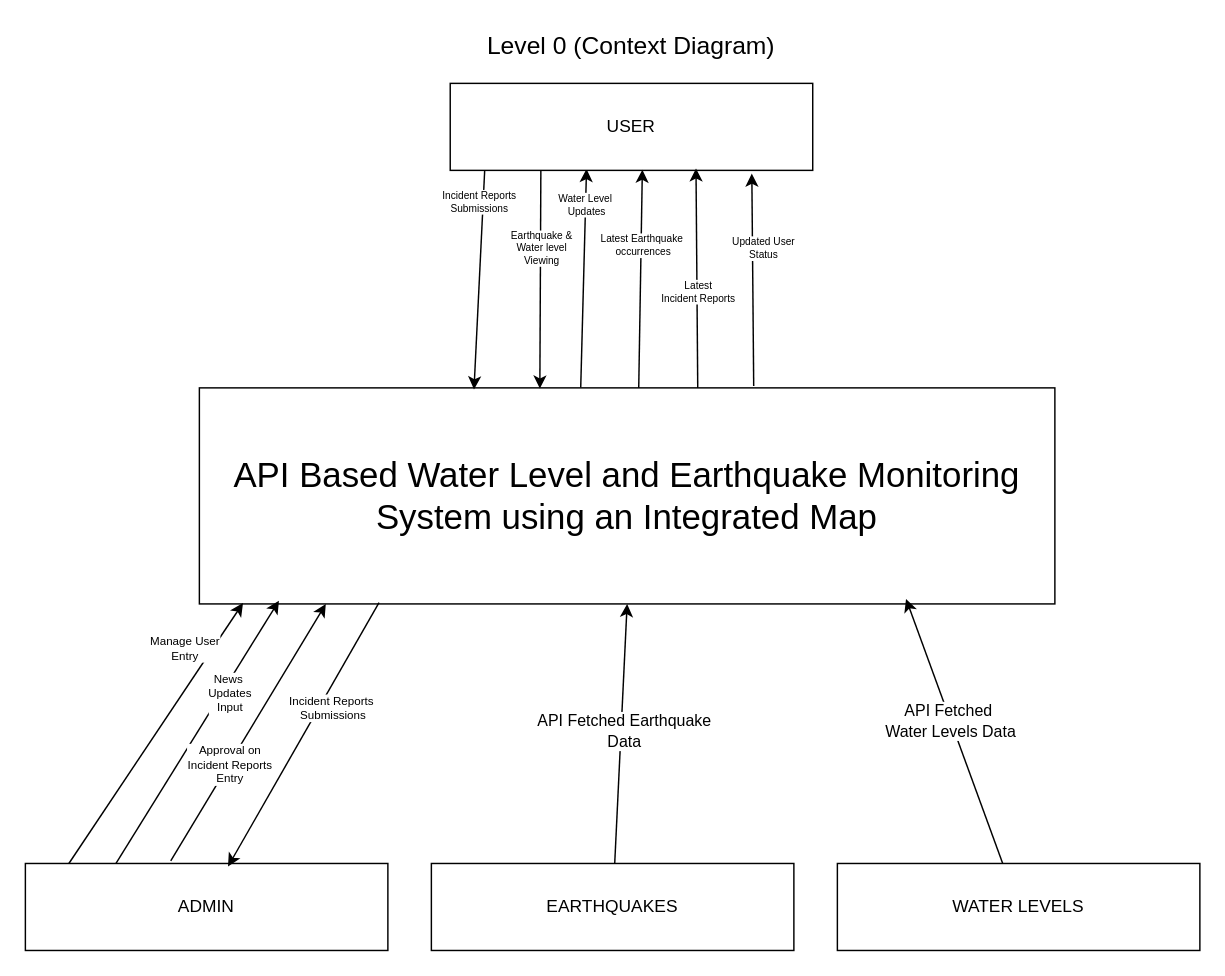
This is Projects/DFD_LVL0_UPDATED.drawio from N0Obitaz/DrawIODiagrams, a draw.io file, before an edit. Source tidied: cells renumbered, new cells numbered last; positions are measured from the earlier drawing's top-left corner, leaving out a move shared by most shapes. Both pictures are drawn from the tidied source at 145%, with x=0, y=0 at pixel (25, 25).
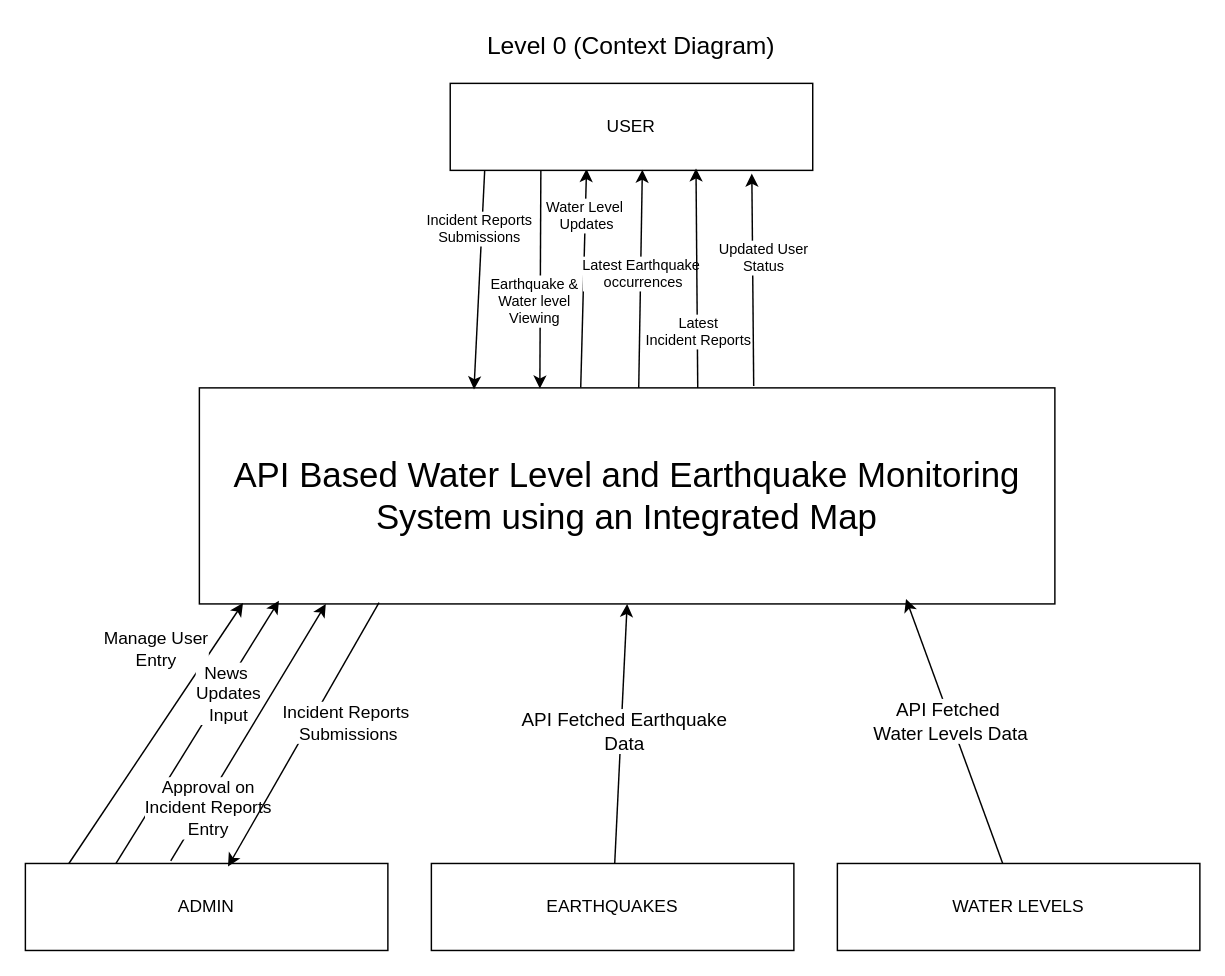
The same diagram, later.

The change refers to these unchanged cells:
```xml
<mxCell id="3" style="rounded=0;jettySize=auto;html=1;entryX=0.376;entryY=0.984;entryDx=0;entryDy=0;exitX=0.442;exitY=-0.002;exitDx=0;exitDy=0;exitPerimeter=0;entryPerimeter=0;" parent="1" edge="1" target="14">
  <mxGeometry relative="1" as="geometry">
    <mxPoint x="383" y="249.7" as="sourcePoint" />
  </mxGeometry>
</mxCell>
<mxCell id="6" style="rounded=0;jettySize=auto;html=1;entryX=0.321;entryY=0.007;entryDx=0;entryDy=0;endArrow=classic;endFill=1;exitX=0.095;exitY=1.007;exitDx=0;exitDy=0;entryPerimeter=0;exitPerimeter=0;" parent="1" edge="1" source="14" target="5">
  <mxGeometry relative="1" as="geometry" />
</mxCell>
<mxCell id="8" style="rounded=0;jettySize=auto;html=1;endArrow=classic;endFill=1;exitX=0.12;exitY=0;exitDx=0;exitDy=0;entryX=0.051;entryY=0.996;entryDx=0;entryDy=0;entryPerimeter=0;exitPerimeter=0;" parent="1" edge="1" source="21" target="5">
  <mxGeometry relative="1" as="geometry" />
</mxCell>
<mxCell id="10" style="rounded=0;jettySize=auto;html=1;entryX=0.093;entryY=0.985;entryDx=0;entryDy=0;entryPerimeter=0;endArrow=classic;endFill=1;exitX=0.25;exitY=0;exitDx=0;exitDy=0;" parent="1" edge="1" source="21" target="5">
  <mxGeometry relative="1" as="geometry" />
</mxCell>
<mxCell id="12" style="rounded=0;jettySize=auto;html=1;entryX=0.398;entryY=0.003;entryDx=0;entryDy=0;endArrow=classic;endFill=1;exitX=0.25;exitY=1;exitDx=0;exitDy=0;entryPerimeter=0;" parent="1" edge="1" source="14" target="5">
  <mxGeometry relative="1" as="geometry" />
</mxCell>
<mxCell id="15" style="rounded=0;jettySize=auto;html=1;entryX=0.25;entryY=1;entryDx=0;entryDy=0;endArrow=classic;endFill=1;exitX=0.401;exitY=-0.031;exitDx=0;exitDy=0;exitPerimeter=0;" parent="1" edge="1" source="21">
  <mxGeometry relative="1" as="geometry">
    <mxPoint x="207.2" y="399" as="targetPoint" />
  </mxGeometry>
</mxCell>
<mxCell id="17" style="rounded=0;jettySize=auto;html=1;entryX=0.53;entryY=0.992;entryDx=0;entryDy=0;exitX=0.519;exitY=0.002;exitDx=0;exitDy=0;exitPerimeter=0;entryPerimeter=0;" parent="1" edge="1" target="14">
  <mxGeometry relative="1" as="geometry">
    <mxPoint x="423" y="250" as="sourcePoint" />
  </mxGeometry>
</mxCell>
<mxCell id="19" style="rounded=0;jettySize=auto;html=1;exitX=0.599;exitY=0.004;exitDx=0;exitDy=0;exitPerimeter=0;entryX=0.678;entryY=0.977;entryDx=0;entryDy=0;entryPerimeter=0;" parent="1" edge="1" target="14">
  <mxGeometry relative="1" as="geometry">
    <mxPoint x="463.7" y="250" as="sourcePoint" />
  </mxGeometry>
</mxCell>
<mxCell id="22" style="rounded=0;jettySize=auto;html=1;entryX=0.559;entryY=0.035;entryDx=0;entryDy=0;endArrow=classic;endFill=1;exitX=0.21;exitY=0.994;exitDx=0;exitDy=0;entryPerimeter=0;exitPerimeter=0;" parent="1" edge="1" source="5" target="21">
  <mxGeometry relative="1" as="geometry" />
</mxCell>
<mxCell id="24" style="rounded=0;jettySize=auto;html=1;exitX=0.592;exitY=-0.009;exitDx=0;exitDy=0;exitPerimeter=0;entryX=0.832;entryY=1.037;entryDx=0;entryDy=0;entryPerimeter=0;" parent="1" edge="1" target="14">
  <mxGeometry relative="1" as="geometry">
    <mxPoint x="502.3" y="248.7" as="sourcePoint" />
  </mxGeometry>
</mxCell>
<mxCell id="26" style="rounded=0;jettySize=auto;html=1;entryX=0.5;entryY=1;entryDx=0;entryDy=0;" parent="1" edge="1" source="28" target="5">
  <mxGeometry relative="1" as="geometry" />
</mxCell>
<mxCell id="30" style="rounded=0;jettySize=auto;html=1;entryX=0.826;entryY=0.977;entryDx=0;entryDy=0;entryPerimeter=0;" parent="1" edge="1" source="29" target="5">
  <mxGeometry relative="1" as="geometry" />
</mxCell>
```

Change to the diagram source:
```diff
@@
-    <mxCell id="4" value="Water Level&amp;nbsp;&lt;div&gt;Updates&lt;/div&gt;" style="edgeLabel;html=1;align=center;verticalAlign=middle;fontSize=7;" parent="3" vertex="1">
+    <mxCell id="4" value="Water Level&amp;nbsp;&lt;div&gt;Updates&lt;/div&gt;" style="edgeLabel;html=1;align=center;verticalAlign=middle;fontSize=10;" parent="3" vertex="1">
       <mxGeometry x="0.4" relative="1" as="geometry">
-        <mxPoint x="1" y="-21" as="offset" />
+        <mxPoint x="1" y="-14" as="offset" />
       </mxGeometry>
     </mxCell>
@@
-    <mxCell id="7" value="Incident Reports&lt;div&gt;Submissions&lt;/div&gt;" style="edgeLabel;html=1;align=center;verticalAlign=middle;fontSize=7;" parent="6" vertex="1">
+    <mxCell id="7" value="Incident Reports&lt;div&gt;Submissions&lt;/div&gt;" style="edgeLabel;html=1;align=center;verticalAlign=middle;fontSize=10;" parent="6" vertex="1">
       <mxGeometry x="-0.22" relative="1" as="geometry">
-        <mxPoint x="-1" y="-38" as="offset" />
+        <mxPoint x="-1" y="-20" as="offset" />
       </mxGeometry>
     </mxCell>
@@
-    <mxCell id="9" value="Manage User&lt;br&gt;Entry" style="edgeLabel;html=1;align=center;verticalAlign=middle;fontSize=8;" parent="8" vertex="1">
+    <mxCell id="9" value="Manage User&lt;br&gt;Entry" style="edgeLabel;html=1;align=center;verticalAlign=middle;fontSize=12;" parent="8" vertex="1">
       <mxGeometry x="-0.26" y="3" relative="1" as="geometry">
-        <mxPoint x="38" y="-80" as="offset" />
+        <mxPoint x="18" y="-80" as="offset" />
       </mxGeometry>
     </mxCell>
@@
-    <mxCell id="11" value="News&amp;nbsp;&lt;div&gt;Updates&lt;div&gt;Input&lt;/div&gt;&lt;/div&gt;" style="edgeLabel;html=1;align=center;verticalAlign=middle;fontSize=8;" parent="10" vertex="1">
+    <mxCell id="11" value="News&amp;nbsp;&lt;div&gt;Updates&lt;div&gt;Input&lt;/div&gt;&lt;/div&gt;" style="edgeLabel;html=1;align=center;verticalAlign=middle;fontSize=12;" parent="10" vertex="1">
       <mxGeometry x="-0.26" y="3" relative="1" as="geometry">
-        <mxPoint x="39" y="-49" as="offset" />
+        <mxPoint x="38" y="-49" as="offset" />
       </mxGeometry>
     </mxCell>
@@
-    <mxCell id="13" value="Earthquake &amp;amp;&lt;div&gt;Water level&lt;/div&gt;&lt;div&gt;Viewing&lt;/div&gt;" style="edgeLabel;html=1;align=center;verticalAlign=middle;fontSize=7;" parent="12" vertex="1">
+    <mxCell id="13" value="Earthquake &amp;amp;&lt;div&gt;Water level&lt;/div&gt;&lt;div&gt;Viewing&lt;/div&gt;" style="edgeLabel;html=1;align=center;verticalAlign=middle;fontSize=10;" parent="12" vertex="1">
       <mxGeometry x="-0.22" relative="1" as="geometry">
-        <mxPoint y="-5" as="offset" />
+        <mxPoint x="-5" y="31" as="offset" />
       </mxGeometry>
     </mxCell>
@@
-    <mxCell id="16" value="Approval on&lt;div&gt;Incident Reports&lt;/div&gt;&lt;div&gt;Entry&lt;/div&gt;" style="edgeLabel;html=1;align=center;verticalAlign=middle;fontSize=8;" parent="15" vertex="1">
+    <mxCell id="16" value="Approval on&lt;div&gt;Incident Reports&lt;/div&gt;&lt;div&gt;Entry&lt;/div&gt;" style="edgeLabel;html=1;align=center;verticalAlign=middle;fontSize=12;" parent="15" vertex="1">
       <mxGeometry x="-0.26" y="3" relative="1" as="geometry">
-        <mxPoint x="3" y="1" as="offset" />
+        <mxPoint x="-12" y="31" as="offset" />
       </mxGeometry>
     </mxCell>
@@
-    <mxCell id="18" value="Latest Earthquake&amp;nbsp;&lt;div&gt;occurrences&lt;/div&gt;" style="edgeLabel;html=1;align=center;verticalAlign=middle;fontSize=7;" parent="17" vertex="1">
+    <mxCell id="18" value="Latest Earthquake&amp;nbsp;&lt;div&gt;occurrences&lt;/div&gt;" style="edgeLabel;html=1;align=center;verticalAlign=middle;fontSize=10;" parent="17" vertex="1">
       <mxGeometry x="0.4" relative="1" as="geometry">
-        <mxPoint x="1" y="6" as="offset" />
+        <mxPoint x="1" y="25" as="offset" />
       </mxGeometry>
     </mxCell>
@@
-    <mxCell id="20" value="Latest&lt;br&gt;Incident Reports" style="edgeLabel;html=1;align=center;verticalAlign=middle;fontSize=7;" parent="19" vertex="1">
+    <mxCell id="20" value="Latest&lt;br&gt;Incident Reports" style="edgeLabel;html=1;align=center;verticalAlign=middle;fontSize=10;" parent="19" vertex="1">
       <mxGeometry x="0.4" relative="1" as="geometry">
-        <mxPoint x="1" y="39" as="offset" />
+        <mxPoint x="1" y="66" as="offset" />
       </mxGeometry>
     </mxCell>
@@
-    <mxCell id="23" value="Incident Reports&lt;div&gt;&amp;nbsp;Submissions&lt;/div&gt;" style="edgeLabel;html=1;align=center;verticalAlign=middle;fontSize=8;" parent="22" vertex="1">
+    <mxCell id="23" value="Incident Reports&lt;div&gt;&amp;nbsp;Submissions&lt;/div&gt;" style="edgeLabel;html=1;align=center;verticalAlign=middle;fontSize=12;" parent="22" vertex="1">
       <mxGeometry x="-0.22" relative="1" as="geometry">
-        <mxPoint x="7" y="1" as="offset" />
+        <mxPoint x="17" y="11" as="offset" />
       </mxGeometry>
     </mxCell>
@@
-    <mxCell id="25" value="Updated User&lt;div&gt;Status&lt;/div&gt;" style="edgeLabel;html=1;align=center;verticalAlign=middle;fontSize=7;" parent="24" vertex="1">
+    <mxCell id="25" value="Updated User&lt;div&gt;Status&lt;/div&gt;" style="edgeLabel;html=1;align=center;verticalAlign=middle;fontSize=10;" parent="24" vertex="1">
       <mxGeometry x="0.4" relative="1" as="geometry">
-        <mxPoint x="7" y="8" as="offset" />
+        <mxPoint x="7" y="14" as="offset" />
       </mxGeometry>
     </mxCell>
@@
-    <mxCell id="27" value="API Fetched Earthquake&lt;div&gt;Data&lt;/div&gt;" style="edgeLabel;html=1;align=center;verticalAlign=middle;" parent="26" vertex="1">
+    <mxCell id="27" value="API Fetched Earthquake&lt;div&gt;Data&lt;/div&gt;" style="edgeLabel;html=1;align=center;verticalAlign=middle;fontSize=13;" parent="26" vertex="1">
       <mxGeometry x="0.03" y="-2" relative="1" as="geometry" />
     </mxCell>
@@
-    <mxCell id="31" value="API Fetched&amp;nbsp;&lt;div&gt;Water Levels Data&lt;/div&gt;" style="edgeLabel;html=1;align=center;verticalAlign=middle;" parent="30" vertex="1">
+    <mxCell id="31" value="API Fetched&amp;nbsp;&lt;div&gt;Water Levels Data&lt;/div&gt;" style="edgeLabel;html=1;align=center;verticalAlign=middle;fontSize=13;" parent="30" vertex="1">
       <mxGeometry x="0.08" relative="1" as="geometry" />
     </mxCell>
```
